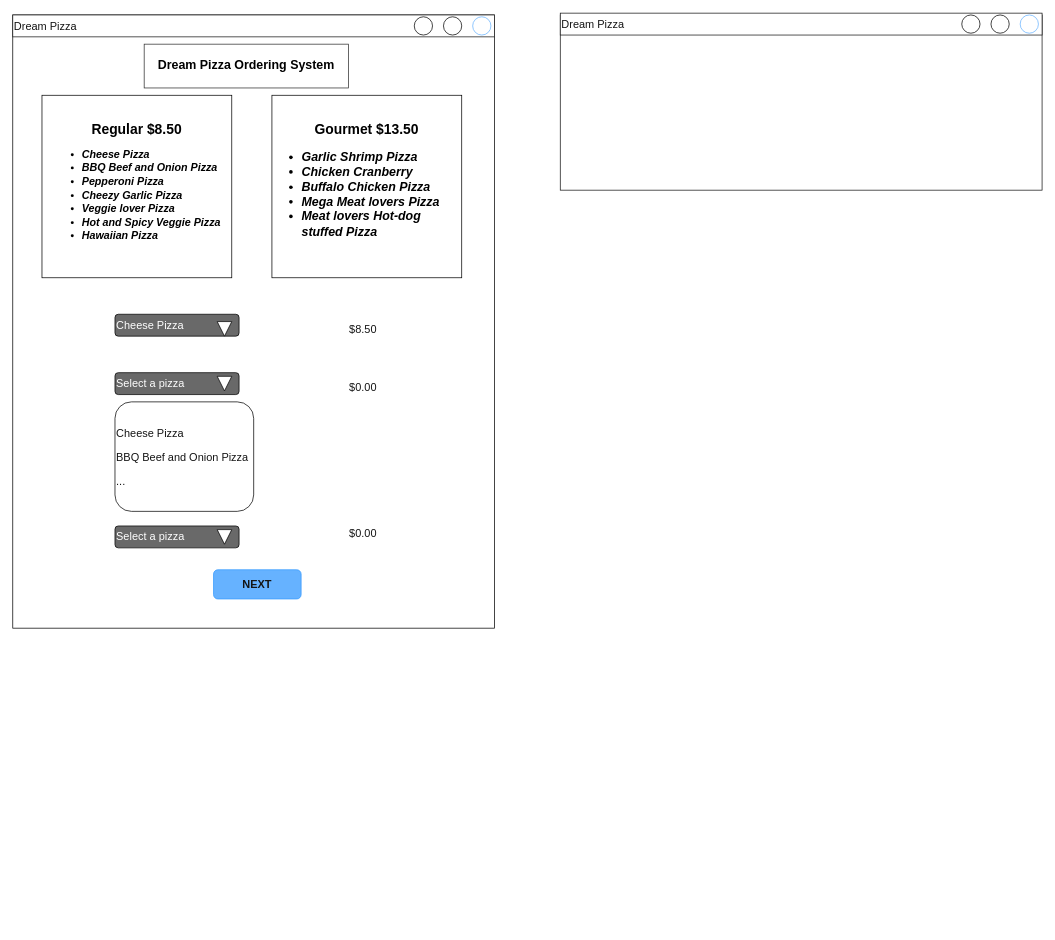
ASDAH-Digtal/pizza-program-Maori-boi keeps this draw.io diagram as page "CUSTOMER DETAILS" (1 of 5) of Pizza_GUI.drawio. Above is the earlier version. Source tidied: cells renumbered, new cells numbered last; positions are measured from the earlier drawing's top-left corner, leaving out a move shared by most shapes. Both pictures are drawn from the tidied source at 73%, with x=0, y=0 at pixel (12, 13).
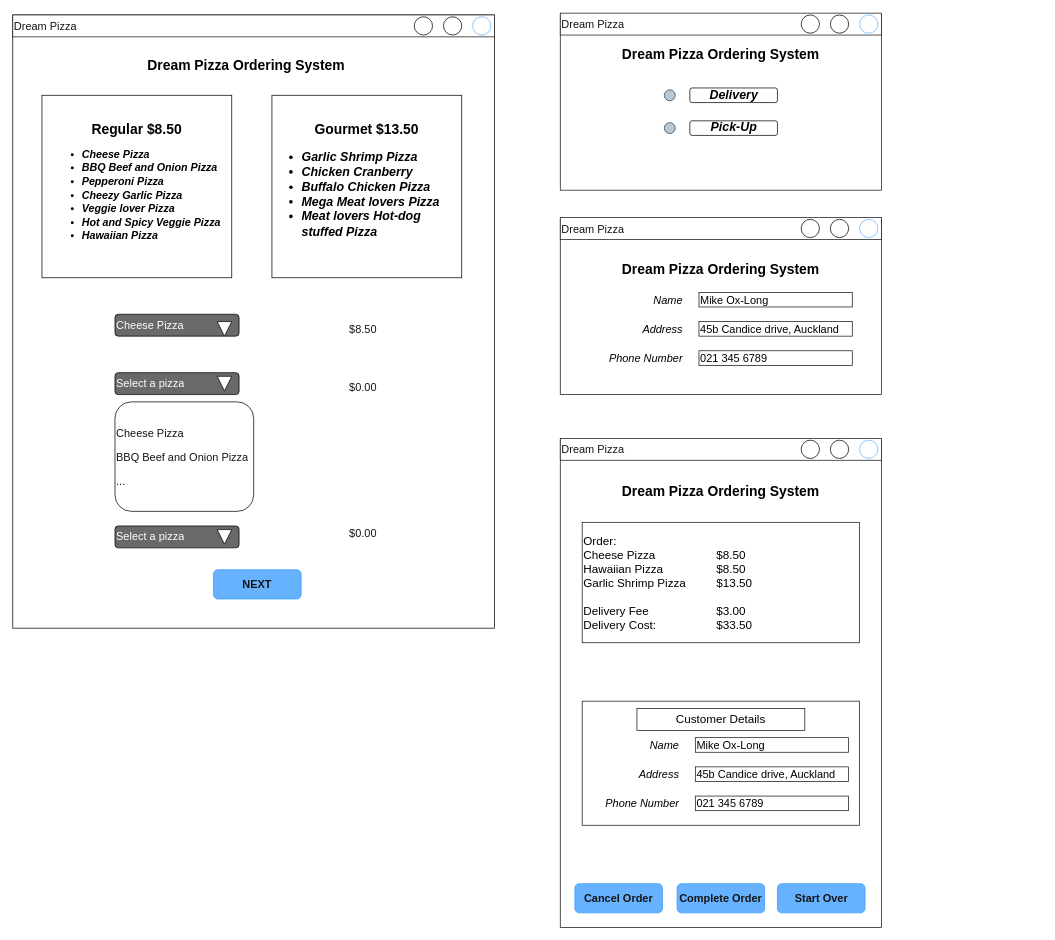
The same diagram, later.

Diff of the diagram source:
```diff
@@
+    <mxCell id="26" style="rounded=0;whiteSpace=wrap;html=1;labelBackgroundColor=#66B2FF;fontFamily=Helvetica;fontSize=15;fontColor=#141414;strokeColor=#141414;fillColor=#FFFFFF;" parent="1" vertex="1">
+      <mxGeometry x="750" y="584.5" width="440" height="667.5" as="geometry" />
+    </mxCell>
+    <mxCell id="27" style="rounded=0;whiteSpace=wrap;html=1;fontSize=16;strokeColor=#141414;align=left;" parent="1" vertex="1">
+      <mxGeometry x="780" y="942" width="380" height="170" as="geometry" />
+    </mxCell>
@@
-    <mxCell id="7" value="&lt;font size=&quot;1&quot;&gt;&lt;b style=&quot;font-size: 17px&quot;&gt;Dream Pizza Ordering System&lt;/b&gt;&lt;/font&gt;" style="rounded=0;whiteSpace=wrap;html=1;strokeColor=#2E2E2E;" parent="1" vertex="1">
+    <mxCell id="7" value="&lt;font size=&quot;1&quot;&gt;&lt;b style=&quot;font-size: 19px&quot;&gt;Dream Pizza Ordering System&lt;/b&gt;&lt;/font&gt;" style="rounded=0;whiteSpace=wrap;html=1;strokeColor=#FFFFFF;" parent="1" vertex="1">
       <mxGeometry x="180" y="42" width="280" height="60" as="geometry" />
     </mxCell>
@@
     <mxCell id="21" style="rounded=0;whiteSpace=wrap;html=1;labelBackgroundColor=#66B2FF;fontFamily=Helvetica;fontSize=15;fontColor=#141414;strokeColor=#141414;fillColor=#FFFFFF;" parent="1" vertex="1">
-      <mxGeometry x="750" y="2" width="660" height="240" as="geometry" />
+      <mxGeometry x="750" y="2" width="440" height="240" as="geometry" />
     </mxCell>
     <mxCell id="22" value="Dream Pizza" style="rounded=0;whiteSpace=wrap;html=1;labelBackgroundColor=#FFFFFF;fontFamily=Helvetica;fontSize=15;fontColor=#141414;strokeColor=#141414;fillColor=#FFFFFF;align=left;" parent="1" vertex="1">
-      <mxGeometry x="750" y="-0.5" width="660" height="30" as="geometry" />
+      <mxGeometry x="750" y="-0.5" width="440" height="30" as="geometry" />
     </mxCell>
     <mxCell id="23" style="ellipse;whiteSpace=wrap;html=1;strokeColor=#66B2FF;" parent="1" vertex="1">
-      <mxGeometry x="1380" y="2" width="25" height="25" as="geometry" />
+      <mxGeometry x="1160" y="2" width="25" height="25" as="geometry" />
     </mxCell>
     <mxCell id="24" style="ellipse;whiteSpace=wrap;html=1;" parent="1" vertex="1">
-      <mxGeometry x="1340" y="2" width="25" height="25" as="geometry" />
+      <mxGeometry x="1120" y="2" width="25" height="25" as="geometry" />
     </mxCell>
     <mxCell id="25" style="ellipse;whiteSpace=wrap;html=1;" parent="1" vertex="1">
-      <mxGeometry x="1300" y="2" width="25" height="25" as="geometry" />
+      <mxGeometry x="1080" y="2" width="25" height="25" as="geometry" />
     </mxCell>
+    <mxCell id="28" style="ellipse;whiteSpace=wrap;html=1;fillColor=#bac8d3;strokeColor=#23445d;" parent="1" vertex="1">
+      <mxGeometry x="892.5" y="149.5" width="15" height="15" as="geometry" />
+    </mxCell>
+    <mxCell id="29" value="&lt;font size=&quot;1&quot;&gt;&lt;b style=&quot;font-size: 17px&quot;&gt;&lt;i&gt;Delivery&lt;/i&gt;&lt;/b&gt;&lt;/font&gt;" style="rounded=1;whiteSpace=wrap;html=1;" parent="1" vertex="1">
+      <mxGeometry x="927.5" y="102" width="120" height="20" as="geometry" />
+    </mxCell>
+    <mxCell id="30" value="&lt;b&gt;&lt;font style=&quot;font-size: 17px&quot;&gt;&lt;i&gt;Pick-Up&lt;/i&gt;&lt;/font&gt;&lt;/b&gt;" style="rounded=1;whiteSpace=wrap;html=1;" parent="1" vertex="1">
+      <mxGeometry x="927.5" y="147" width="120" height="20" as="geometry" />
+    </mxCell>
+    <mxCell id="31" style="ellipse;whiteSpace=wrap;html=1;fillColor=#bac8d3;strokeColor=#23445d;" parent="1" vertex="1">
+      <mxGeometry x="892.5" y="104.5" width="15" height="15" as="geometry" />
+    </mxCell>
+    <mxCell id="32" style="rounded=0;whiteSpace=wrap;html=1;labelBackgroundColor=#66B2FF;fontFamily=Helvetica;fontSize=15;fontColor=#141414;strokeColor=#141414;fillColor=#FFFFFF;" parent="1" vertex="1">
+      <mxGeometry x="750" y="282" width="440" height="240" as="geometry" />
+    </mxCell>
+    <mxCell id="33" value="Dream Pizza" style="rounded=0;whiteSpace=wrap;html=1;labelBackgroundColor=#FFFFFF;fontFamily=Helvetica;fontSize=15;fontColor=#141414;strokeColor=#141414;fillColor=#FFFFFF;align=left;" parent="1" vertex="1">
+      <mxGeometry x="750" y="279.5" width="440" height="30" as="geometry" />
+    </mxCell>
+    <mxCell id="34" style="ellipse;whiteSpace=wrap;html=1;strokeColor=#66B2FF;" parent="1" vertex="1">
+      <mxGeometry x="1160" y="282" width="25" height="25" as="geometry" />
+    </mxCell>
+    <mxCell id="35" style="ellipse;whiteSpace=wrap;html=1;" parent="1" vertex="1">
+      <mxGeometry x="1120" y="282" width="25" height="25" as="geometry" />
+    </mxCell>
+    <mxCell id="36" style="ellipse;whiteSpace=wrap;html=1;" parent="1" vertex="1">
+      <mxGeometry x="1080" y="282" width="25" height="25" as="geometry" />
+    </mxCell>
+    <mxCell id="37" value="&lt;font size=&quot;1&quot;&gt;&lt;i style=&quot;font-size: 15px&quot;&gt;Name&lt;/i&gt;&lt;/font&gt;" style="rounded=1;whiteSpace=wrap;html=1;strokeColor=#FFFFFF;align=right;" parent="1" vertex="1">
+      <mxGeometry x="800" y="382" width="120" height="20" as="geometry" />
+    </mxCell>
+    <mxCell id="38" value="&lt;font size=&quot;1&quot;&gt;&lt;i style=&quot;font-size: 15px&quot;&gt;Address&lt;/i&gt;&lt;/font&gt;" style="rounded=1;whiteSpace=wrap;html=1;strokeColor=#FFFFFF;align=right;" parent="1" vertex="1">
+      <mxGeometry x="800" y="422" width="120" height="20" as="geometry" />
+    </mxCell>
+    <mxCell id="39" value="&lt;font size=&quot;1&quot;&gt;&lt;i style=&quot;font-size: 15px&quot;&gt;Phone Number&lt;/i&gt;&lt;/font&gt;" style="rounded=1;whiteSpace=wrap;html=1;strokeColor=#FFFFFF;align=right;" parent="1" vertex="1">
+      <mxGeometry x="800" y="462" width="120" height="20" as="geometry" />
+    </mxCell>
+    <mxCell id="40" value="Mike Ox-Long" style="rounded=0;whiteSpace=wrap;html=1;fontSize=15;strokeColor=#141414;align=left;" parent="1" vertex="1">
+      <mxGeometry x="940" y="382" width="210" height="20" as="geometry" />
+    </mxCell>
+    <mxCell id="41" value="021 345 6789" style="rounded=0;whiteSpace=wrap;html=1;fontSize=15;strokeColor=#141414;align=left;" parent="1" vertex="1">
+      <mxGeometry x="940" y="462" width="210" height="20" as="geometry" />
+    </mxCell>
+    <mxCell id="42" value="45b Candice drive, Auckland" style="rounded=0;whiteSpace=wrap;html=1;fontSize=15;strokeColor=#141414;align=left;" parent="1" vertex="1">
+      <mxGeometry x="940" y="422" width="210" height="20" as="geometry" />
+    </mxCell>
+    <mxCell id="43" value="&lt;font size=&quot;1&quot;&gt;&lt;b style=&quot;font-size: 19px&quot;&gt;Dream Pizza Ordering System&lt;/b&gt;&lt;/font&gt;" style="rounded=0;whiteSpace=wrap;html=1;strokeColor=#FFFFFF;" parent="1" vertex="1">
+      <mxGeometry x="830" y="32" width="280" height="50" as="geometry" />
+    </mxCell>
+    <mxCell id="44" value="&lt;font size=&quot;1&quot;&gt;&lt;b style=&quot;font-size: 19px&quot;&gt;Dream Pizza Ordering System&lt;/b&gt;&lt;/font&gt;" style="rounded=0;whiteSpace=wrap;html=1;strokeColor=#FFFFFF;" parent="1" vertex="1">
+      <mxGeometry x="830" y="332" width="280" height="40" as="geometry" />
+    </mxCell>
+    <mxCell id="45" value="Dream Pizza" style="rounded=0;whiteSpace=wrap;html=1;labelBackgroundColor=#FFFFFF;fontFamily=Helvetica;fontSize=15;fontColor=#141414;strokeColor=#141414;fillColor=#FFFFFF;align=left;" parent="1" vertex="1">
+      <mxGeometry x="750" y="582" width="440" height="30" as="geometry" />
+    </mxCell>
+    <mxCell id="46" style="ellipse;whiteSpace=wrap;html=1;strokeColor=#66B2FF;" parent="1" vertex="1">
+      <mxGeometry x="1160" y="584.5" width="25" height="25" as="geometry" />
+    </mxCell>
+    <mxCell id="47" style="ellipse;whiteSpace=wrap;html=1;" parent="1" vertex="1">
+      <mxGeometry x="1120" y="584.5" width="25" height="25" as="geometry" />
+    </mxCell>
+    <mxCell id="48" style="ellipse;whiteSpace=wrap;html=1;" parent="1" vertex="1">
+      <mxGeometry x="1080" y="584.5" width="25" height="25" as="geometry" />
+    </mxCell>
+    <mxCell id="49" value="&lt;font size=&quot;1&quot;&gt;&lt;i style=&quot;font-size: 15px&quot;&gt;Name&lt;/i&gt;&lt;/font&gt;" style="rounded=1;whiteSpace=wrap;html=1;strokeColor=#FFFFFF;align=right;" parent="1" vertex="1">
+      <mxGeometry x="795" y="992" width="120" height="20" as="geometry" />
+    </mxCell>
+    <mxCell id="50" value="&lt;font size=&quot;1&quot;&gt;&lt;i style=&quot;font-size: 15px&quot;&gt;Address&lt;/i&gt;&lt;/font&gt;" style="rounded=1;whiteSpace=wrap;html=1;strokeColor=#FFFFFF;align=right;" parent="1" vertex="1">
+      <mxGeometry x="795" y="1032" width="120" height="20" as="geometry" />
+    </mxCell>
+    <mxCell id="51" value="&lt;font size=&quot;1&quot;&gt;&lt;i style=&quot;font-size: 15px&quot;&gt;Phone Number&lt;/i&gt;&lt;/font&gt;" style="rounded=1;whiteSpace=wrap;html=1;strokeColor=#FFFFFF;align=right;" parent="1" vertex="1">
+      <mxGeometry x="795" y="1072" width="120" height="20" as="geometry" />
+    </mxCell>
+    <mxCell id="52" value="Mike Ox-Long" style="rounded=0;whiteSpace=wrap;html=1;fontSize=15;strokeColor=#141414;align=left;" parent="1" vertex="1">
+      <mxGeometry x="935" y="992" width="210" height="20" as="geometry" />
+    </mxCell>
+    <mxCell id="53" value="021 345 6789" style="rounded=0;whiteSpace=wrap;html=1;fontSize=15;strokeColor=#141414;align=left;" parent="1" vertex="1">
+      <mxGeometry x="935" y="1072" width="210" height="20" as="geometry" />
+    </mxCell>
+    <mxCell id="54" value="45b Candice drive, Auckland" style="rounded=0;whiteSpace=wrap;html=1;fontSize=15;strokeColor=#141414;align=left;" parent="1" vertex="1">
+      <mxGeometry x="935" y="1032" width="210" height="20" as="geometry" />
+    </mxCell>
+    <mxCell id="55" value="&lt;font size=&quot;1&quot;&gt;&lt;b style=&quot;font-size: 19px&quot;&gt;Dream Pizza Ordering System&lt;/b&gt;&lt;/font&gt;" style="rounded=0;whiteSpace=wrap;html=1;strokeColor=#FFFFFF;" parent="1" vertex="1">
+      <mxGeometry x="830" y="634.5" width="280" height="40" as="geometry" />
+    </mxCell>
+    <mxCell id="56" value="&lt;b&gt;Cancel Order&lt;/b&gt;" style="rounded=1;whiteSpace=wrap;html=1;labelBackgroundColor=#66B2FF;fontFamily=Helvetica;fontSize=15;fontColor=#141414;strokeColor=#3399FF;fillColor=#66B2FF;" parent="1" vertex="1">
+      <mxGeometry x="770" y="1192" width="120" height="40" as="geometry" />
+    </mxCell>
+    <mxCell id="57" value="&lt;b&gt;Complete Order&lt;/b&gt;" style="rounded=1;whiteSpace=wrap;html=1;labelBackgroundColor=#66B2FF;fontFamily=Helvetica;fontSize=15;fontColor=#141414;strokeColor=#3399FF;fillColor=#66B2FF;" parent="1" vertex="1">
+      <mxGeometry x="910" y="1192" width="120" height="40" as="geometry" />
+    </mxCell>
+    <mxCell id="58" value="&lt;b&gt;Start Over&lt;/b&gt;" style="rounded=1;whiteSpace=wrap;html=1;labelBackgroundColor=#66B2FF;fontFamily=Helvetica;fontSize=15;fontColor=#141414;strokeColor=#3399FF;fillColor=#66B2FF;" parent="1" vertex="1">
+      <mxGeometry x="1047.5" y="1192" width="120" height="40" as="geometry" />
+    </mxCell>
+    <mxCell id="59" value="&lt;span&gt;Order:&lt;/span&gt;&lt;br&gt;&lt;span&gt;Cheese Pizza&amp;nbsp;&lt;/span&gt;&lt;span&gt;&#9;&lt;span style=&quot;white-space: pre&quot;&gt;&#9;&lt;/span&gt;&lt;span style=&quot;white-space: pre&quot;&gt;&#9;&lt;/span&gt;&lt;/span&gt;&lt;span&gt;&#9;&lt;/span&gt;&lt;span&gt;&#9;&lt;/span&gt;&lt;span&gt;$8.50&lt;/span&gt;&lt;br&gt;&lt;span&gt;Hawaiian Pizza&amp;nbsp;&lt;/span&gt;&lt;span&gt;&#9;&lt;span style=&quot;white-space: pre&quot;&gt;&#9;&lt;/span&gt;&lt;span style=&quot;white-space: pre&quot;&gt;&#9;&lt;/span&gt;&lt;/span&gt;&lt;span&gt;&#9;&lt;/span&gt;&lt;span&gt;$8.50&lt;/span&gt;&lt;br&gt;&lt;span&gt;Garlic Shrimp Pizza&amp;nbsp;&lt;span style=&quot;white-space: pre&quot;&gt;&#9;&lt;/span&gt;&lt;/span&gt;&lt;span&gt;&#9;&lt;/span&gt;&lt;span&gt;$13.50&lt;/span&gt;&lt;br&gt;&lt;br&gt;&lt;span&gt;Delivery Fee&amp;nbsp;&lt;/span&gt;&lt;span&gt;&#9;&lt;span style=&quot;white-space: pre&quot;&gt;&#9;&lt;/span&gt;&lt;span style=&quot;white-space: pre&quot;&gt;&#9;&lt;/span&gt;&lt;span style=&quot;white-space: pre&quot;&gt;&#9;&lt;/span&gt;&lt;/span&gt;&lt;span&gt;&#9;&lt;/span&gt;&lt;span&gt;&#9;&lt;/span&gt;&lt;span&gt;$3.00&lt;/span&gt;&lt;br&gt;&lt;span&gt;Delivery Cost:&amp;nbsp;&lt;/span&gt;&lt;span&gt;&#9;&lt;span style=&quot;white-space: pre&quot;&gt;&#9;&lt;/span&gt;&lt;span style=&quot;white-space: pre&quot;&gt;&#9;&lt;/span&gt;&lt;/span&gt;&lt;span&gt;&#9;&lt;/span&gt;&lt;span&gt;&#9;&lt;/span&gt;&lt;span&gt;$33.50&lt;/span&gt;" style="rounded=0;whiteSpace=wrap;html=1;fontSize=16;strokeColor=#141414;align=left;" parent="1" vertex="1">
+      <mxGeometry x="780" y="697" width="380" height="165" as="geometry" />
+    </mxCell>
+    <mxCell id="60" value="&lt;font style=&quot;font-size: 16px&quot;&gt;Customer Details&lt;/font&gt;" style="rounded=0;whiteSpace=wrap;html=1;fontFamily=Helvetica;fontSize=19;fontColor=default;strokeColor=#141414;fillColor=default;" parent="1" vertex="1">
+      <mxGeometry x="855" y="952" width="230" height="30" as="geometry" />
+    </mxCell>
```
